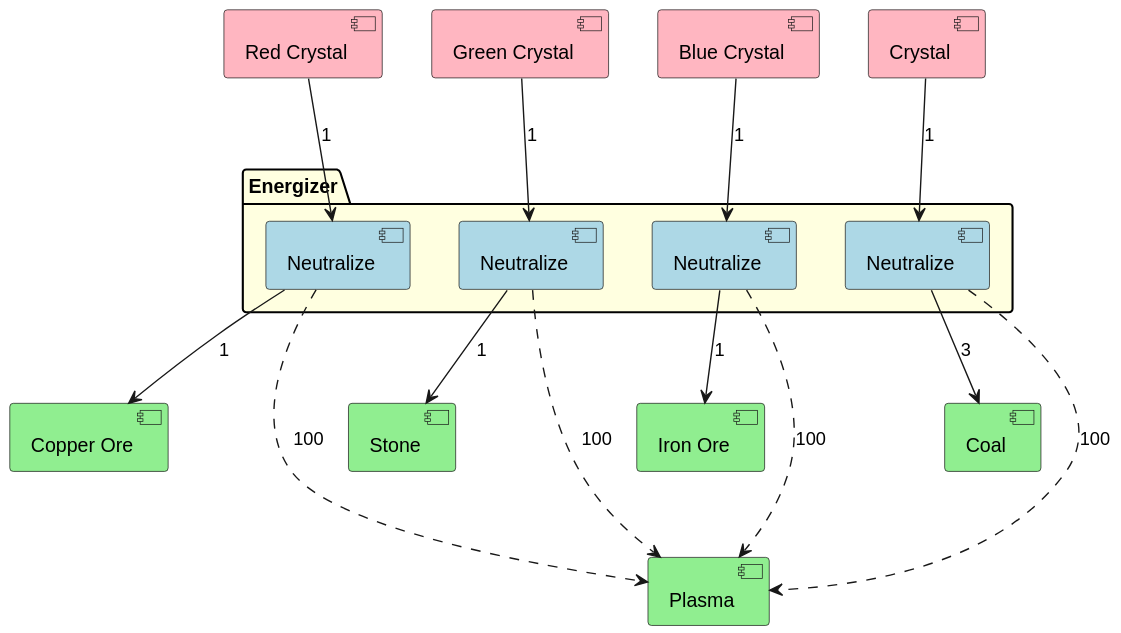
Before: Documentation/CreateOre.svg, a diagram exported from PlantUML (Thomas-De-Praetere/CrystalMod).
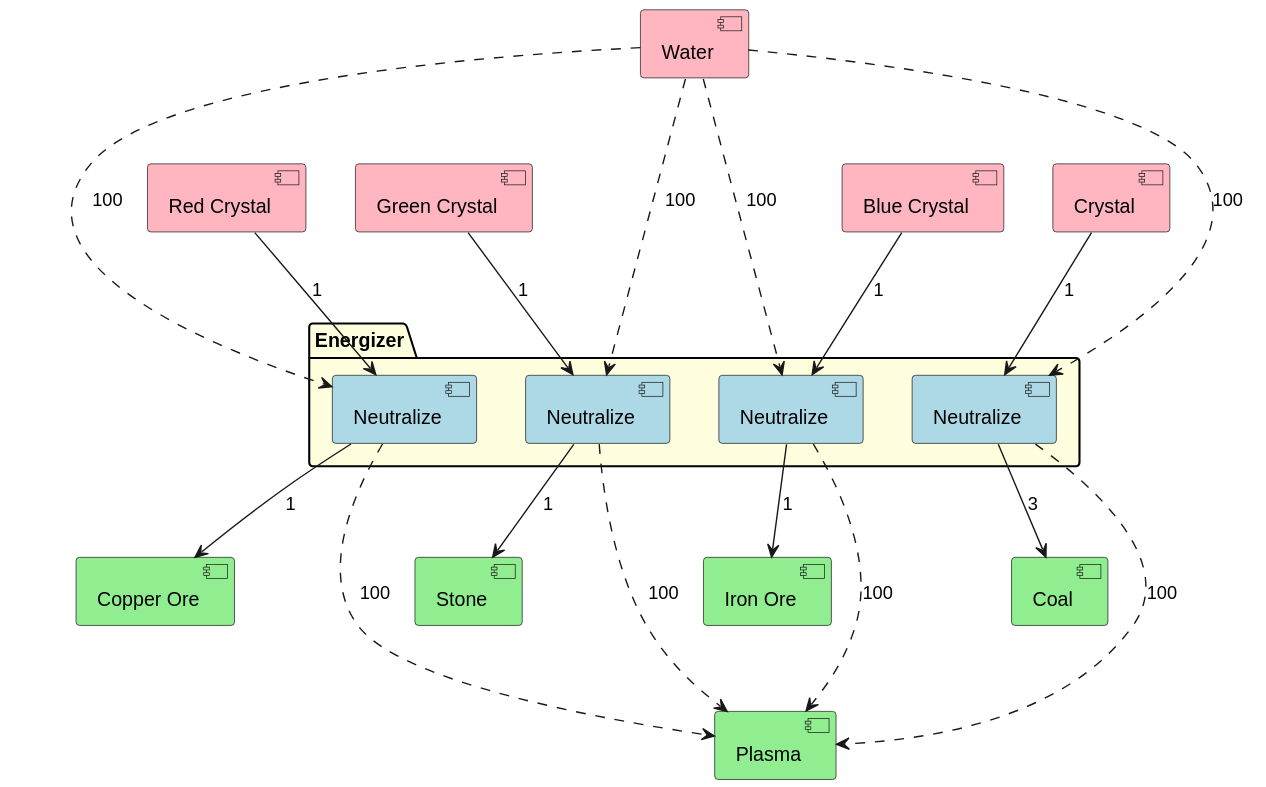
After the commit.

Diff of the diagram source:
```diff
@@ -7,6 +7,7 @@
 [Green Crystal] as GC #lightpink
 [Blue Crystal] as BC #lightpink
 [Crystal] as C #lightpink
+[Water] as W #lightpink
 
 [Iron Ore] as FE #lightgreen
 [Copper Ore] as CU #lightgreen
@@ -37,4 +38,9 @@
 NG ...> PA : 100
 NB ...> PA : 100
 NC ...> PA : 100
+
+W ...> NR : 100
+W ...> NG : 100
+W ...> NB : 100
+W ...> NC : 100
 @enduml
```
